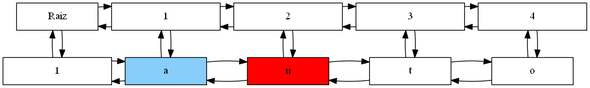
ChrisUSAC/EDD_1S2020_PY1_201709272 keeps this Graphviz diagram as scrabble/ReporteMatriz.png. Above is the earlier version. Its source is kept beside it as scrabble/ReporteMatriz.dot.
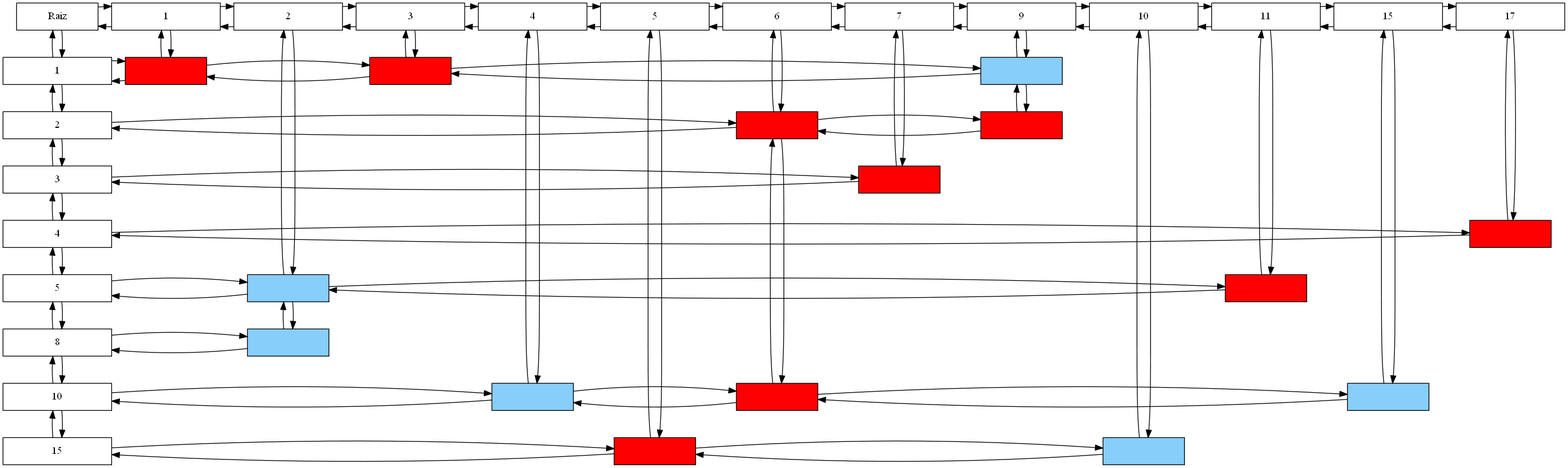
The same file after the commit.

Change to the diagram source:
```diff
@@ -3,44 +3,162 @@
 Raiz[label = "Raiz", width=1.5, group = 1];
 
 f0[label = "1" width=2.0 , group = 1 ];
+f1[label = "2" width=2.0 , group = 1 ];
+f2[label = "3" width=2.0 , group = 1 ];
+f3[label = "4" width=2.0 , group = 1 ];
+f4[label = "5" width=2.0 , group = 1 ];
+f5[label = "8" width=2.0 , group = 1 ];
+f6[label = "10" width=2.0 , group = 1 ];
+f7[label = "15" width=2.0 , group = 1 ];
+f0 -> f1[dir = back];
+f0 -> f1
+f1 -> f2[dir = back];
+f1 -> f2
+f2 -> f3[dir = back];
+f2 -> f3
+f3 -> f4[dir = back];
+f3 -> f4
+f4 -> f5[dir = back];
+f4 -> f5
+f5 -> f6[dir = back];
+f5 -> f6
+f6 -> f7[dir = back];
+f6 -> f7
 c0[label = "1" width=2.0 , group = 2 ];
 c1[label = "2" width=2.0 , group = 3 ];
 c2[label = "3" width=2.0 , group = 4 ];
 c3[label = "4" width=2.0 , group = 5 ];
+c4[label = "5" width=2.0 , group = 6 ];
+c5[label = "6" width=2.0 , group = 7 ];
+c6[label = "7" width=2.0 , group = 8 ];
+c7[label = "9" width=2.0 , group = 9 ];
+c8[label = "10" width=2.0 , group = 10 ];
+c9[label = "11" width=2.0 , group = 11 ];
+c10[label = "15" width=2.0 , group = 12 ];
+c11[label = "17" width=2.0 , group = 13 ];
 c0 -> c1[dir = back];
 c0 -> c1
 c1 -> c2[dir = back];
 c1 -> c2
 c2 -> c3[dir = back];
 c2 -> c3
+c3 -> c4[dir = back];
+c3 -> c4
+c4 -> c5[dir = back];
+c4 -> c5
+c5 -> c6[dir = back];
+c5 -> c6
+c6 -> c7[dir = back];
+c6 -> c7
+c7 -> c8[dir = back];
+c7 -> c8
+c8 -> c9[dir = back];
+c8 -> c9
+c9 -> c10[dir = back];
+c9 -> c10
+c10 -> c11[dir = back];
+c10 -> c11
  Raiz -> f0 [dir = back];
  Raiz -> f0 ;
  Raiz -> c0 [dir = back];
  Raiz -> c0 ;
-{rank = same;Raiz;c0;c1;c2;c3;}
-n0[label = "a" width = 1.5,fillcolor = lightskyblue,style = filled,group =2];
-n0[label = "a" width = 1.5, group =2];
-n1[label = "u" width = 1.5,fillcolor = red,style = filled, group =3];
-n1[label = "u" width = 1.5, group =3];
-n2[label = "t" width = 1.5, group =4];
-n2[label = "t" width = 1.5, group =4];
-n3[label = "o" width = 1.5, group =5];
-n3[label = "o" width = 1.5, group =5];
+{rank = same;Raiz;c0;c1;c2;c3;c4;c5;c6;c7;c8;c9;c10;c11;}
+n0[label = " " width = 1.5,fillcolor = red,style = filled, group =2];
+n0[label = " " width = 1.5, group =2];
+n1[label = " " width = 1.5,fillcolor = lightskyblue,style = filled,group =3];
+n1[label = " " width = 1.5, group =3];
+n2[label = " " width = 1.5,fillcolor = lightskyblue,style = filled,group =3];
+n2[label = " " width = 1.5, group =3];
+n3[label = " " width = 1.5,fillcolor = red,style = filled, group =4];
+n3[label = " " width = 1.5, group =4];
+n4[label = " " width = 1.5,fillcolor = lightskyblue,style = filled,group =5];
+n4[label = " " width = 1.5, group =5];
+n5[label = " " width = 1.5,fillcolor = red,style = filled, group =6];
+n5[label = " " width = 1.5, group =6];
+n6[label = " " width = 1.5,fillcolor = red,style = filled, group =7];
+n6[label = " " width = 1.5, group =7];
+n7[label = " " width = 1.5,fillcolor = red,style = filled, group =7];
+n7[label = " " width = 1.5, group =7];
+n8[label = " " width = 1.5,fillcolor = red,style = filled, group =8];
+n8[label = " " width = 1.5, group =8];
+n9[label = " " width = 1.5,fillcolor = lightskyblue,style = filled,group =9];
+n9[label = " " width = 1.5, group =9];
+n10[label = " " width = 1.5,fillcolor = red,style = filled, group =9];
+n10[label = " " width = 1.5, group =9];
+n11[label = " " width = 1.5,fillcolor = lightskyblue,style = filled,group =10];
+n11[label = " " width = 1.5, group =10];
+n12[label = " " width = 1.5,fillcolor = red,style = filled, group =11];
+n12[label = " " width = 1.5, group =11];
+n13[label = " " width = 1.5,fillcolor = lightskyblue,style = filled,group =12];
+n13[label = " " width = 1.5, group =12];
+n14[label = " " width = 1.5,fillcolor = red,style = filled, group =13];
+n14[label = " " width = 1.5, group =13];
 c0 -> n0 [dir = back];
 c0 -> n0
 c1 -> n1 [dir = back];
 c1 -> n1
-c2 -> n2 [dir = back];
-c2 -> n2
-c3 -> n3 [dir = back];
-c3 -> n3
+n1 -> n2 [dir = back];
+n1 -> n2
+c2 -> n3 [dir = back];
+c2 -> n3
+c3 -> n4 [dir = back];
+c3 -> n4
+c4 -> n5 [dir = back];
+c4 -> n5
+c5 -> n6 [dir = back];
+c5 -> n6
+n6 -> n7 [dir = back];
+n6 -> n7
+c6 -> n8 [dir = back];
+c6 -> n8
+c7 -> n9 [dir = back];
+c7 -> n9
+n9 -> n10 [dir = back];
+n9 -> n10
+c8 -> n11 [dir = back];
+c8 -> n11
+c9 -> n12 [dir = back];
+c9 -> n12
+c10 -> n13 [dir = back];
+c10 -> n13
+c11 -> n14 [dir = back];
+c11 -> n14
 f0 -> n0 [dir = back];
 f0 -> n0
-n0 -> n1 [dir = back];
-n0 -> n1
-n1 -> n2 [dir = back];
-n1 -> n2
-n2 -> n3 [dir = back];
-n2 -> n3
-{rank = same;f0;n0;n1;n2;n3;}
+n0 -> n3 [dir = back];
+n0 -> n3
+n3 -> n9 [dir = back];
+n3 -> n9
+f1 -> n6 [dir = back];
+f1 -> n6
+n6 -> n10 [dir = back];
+n6 -> n10
+f2 -> n8 [dir = back];
+f2 -> n8
+f3 -> n14 [dir = back];
+f3 -> n14
+f4 -> n1 [dir = back];
+f4 -> n1
+n1 -> n12 [dir = back];
+n1 -> n12
+f5 -> n2 [dir = back];
+f5 -> n2
+f6 -> n4 [dir = back];
+f6 -> n4
+n4 -> n7 [dir = back];
+n4 -> n7
+n7 -> n13 [dir = back];
+n7 -> n13
+f7 -> n5 [dir = back];
+f7 -> n5
+n5 -> n11 [dir = back];
+n5 -> n11
+{rank = same;f0;n0;n3;n9;}
+{rank = same;f1;n6;n10;}
+{rank = same;f2;n8;}
+{rank = same;f3;n14;}
+{rank = same;f4;n1;n12;}
+{rank = same;f5;n2;}
+{rank = same;f6;n4;n7;n13;}
+{rank = same;f7;n5;n11;}
 }
```
